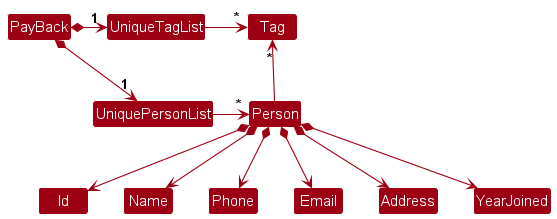
PateShin/tp keeps this PlantUML diagram as docs/images/BetterModelClassDiagram.png. Above is the earlier version. The source it was exported from:
```plantuml
@startuml
!include style.puml
skinparam arrowThickness 1.1
skinparam arrowColor MODEL_COLOR
skinparam classBackgroundColor MODEL_COLOR

PayBack *-right-> "1" UniquePersonList
PayBack *-right-> "1" UniqueTagList
UniqueTagList -[hidden]down- UniquePersonList
UniqueTagList -[hidden]down- UniquePersonList

UniqueTagList -right-> "*" Tag
UniquePersonList -right-> "*" Person

Person -up-> "*" Tag

Person *--> Id
Person *--> Name
Person *--> Phone
Person *--> Email
Person *--> Address
Person *--> YearJoined
@enduml
```
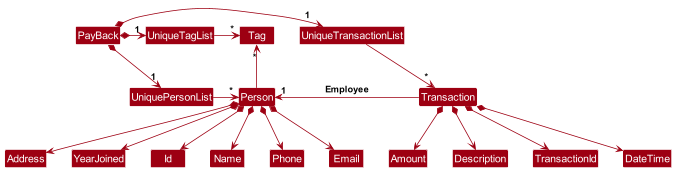
The same file after the commit.

The edit, as a diff of the source:
```diff
@@ -4,11 +4,15 @@
 skinparam arrowColor MODEL_COLOR
 skinparam classBackgroundColor MODEL_COLOR
 
+
 PayBack *-right-> "1" UniquePersonList
 PayBack *-right-> "1" UniqueTagList
+PayBack *-right-> "1" UniqueTransactionList
 UniqueTagList -[hidden]down- UniquePersonList
 UniqueTagList -[hidden]down- UniquePersonList
+UniqueTagList -[hidden]right- UniqueTransactionList
 
+UniqueTransactionList -right-> "*" Transaction
 UniqueTagList -right-> "*" Tag
 UniquePersonList -right-> "*" Person
 
@@ -20,4 +24,11 @@
 Person *--> Email
 Person *--> Address
 Person *--> YearJoined
+
+Transaction *--> TransactionId
+Transaction *--> DateTime
+Transaction *--> Amount
+Transaction *--> Description
+Transaction -left-> "1" Person : Employee
+
 @enduml
```
